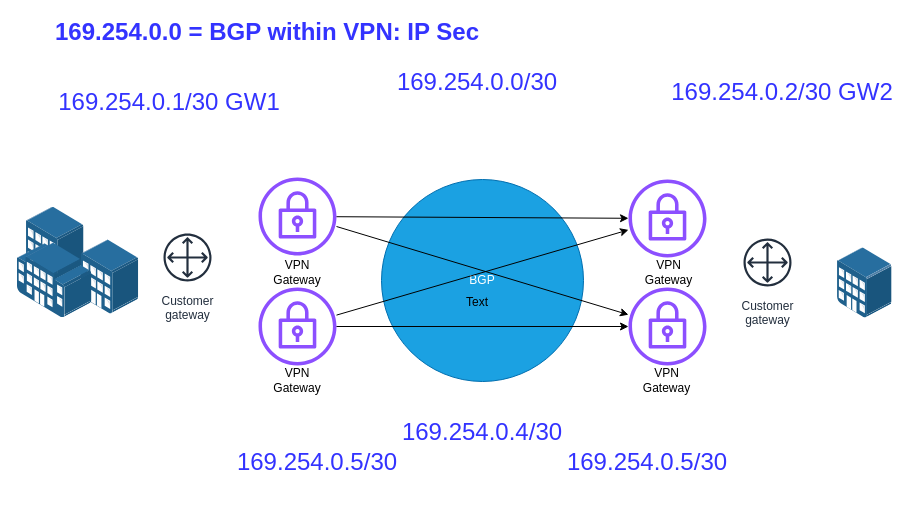
Before: Screenshots/diagramtopography.drawio in Rbilli51614/aws-to-gcp-ha-vpn-gateway, a draw.io diagram. Source tidied: cells renumbered, new cells numbered last; positions are measured from the earlier drawing's top-left corner, leaving out a move shared by most shapes. Both pictures are drawn from the tidied source at 100%, with x=0, y=0 at pixel (17, 17).
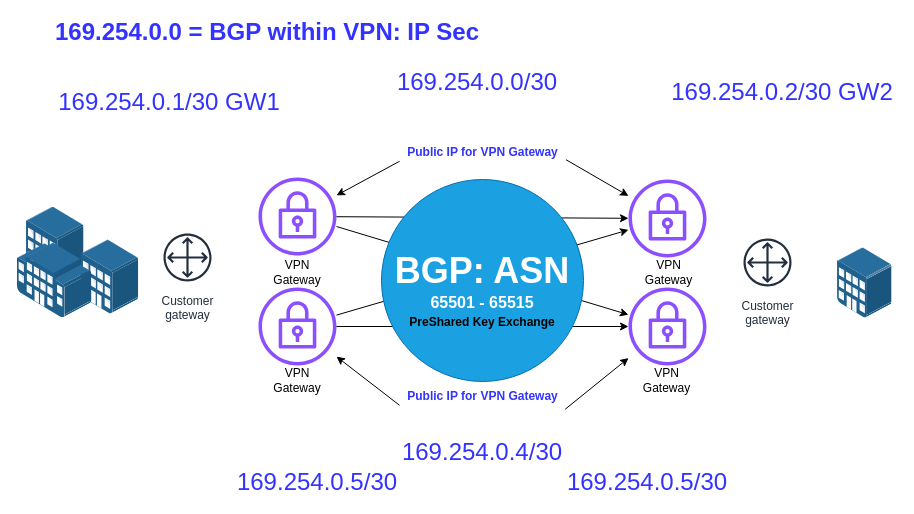
Above is the later version.

Unchanged cells that the change refers to:
```xml
<mxCell id="5" style="sketch=0;outlineConnect=0;fontColor=#232F3E;gradientColor=none;fillColor=#8C4FFF;strokeColor=none;dashed=0;verticalLabelPosition=bottom;verticalAlign=top;align=center;html=1;fontSize=12;fontStyle=0;shape=mxgraph.aws4.vpn_gateway;" parent="1" vertex="1">
  <mxGeometry x="241" y="160" width="78" height="78" as="geometry" />
</mxCell>
<mxCell id="6" style="sketch=0;outlineConnect=0;fontColor=#232F3E;gradientColor=none;fillColor=#8C4FFF;strokeColor=none;dashed=0;verticalLabelPosition=bottom;verticalAlign=top;align=center;html=1;fontSize=12;fontStyle=0;shape=mxgraph.aws4.vpn_gateway;" parent="1" vertex="1">
  <mxGeometry x="241" y="270" width="78" height="78" as="geometry" />
</mxCell>
<mxCell id="7" style="sketch=0;outlineConnect=0;fontColor=#232F3E;gradientColor=none;fillColor=#8C4FFF;strokeColor=none;dashed=0;verticalLabelPosition=bottom;verticalAlign=top;align=center;html=1;fontSize=12;fontStyle=0;shape=mxgraph.aws4.vpn_gateway;" parent="1" vertex="1">
  <mxGeometry x="611" y="162" width="78" height="78" as="geometry" />
</mxCell>
<mxCell id="8" style="sketch=0;outlineConnect=0;fontColor=#232F3E;gradientColor=none;fillColor=#8C4FFF;strokeColor=none;dashed=0;verticalLabelPosition=bottom;verticalAlign=top;align=center;html=1;fontSize=12;fontStyle=0;shape=mxgraph.aws4.vpn_gateway;" parent="1" vertex="1">
  <mxGeometry x="611" y="270" width="78" height="78" as="geometry" />
</mxCell>
```

Diff of the diagram source:
```diff
@@
-    <mxCell id="2" value="BGP" style="ellipse;whiteSpace=wrap;html=1;fillColor=#1ba1e2;strokeColor=#006EAF;fontColor=#ffffff;" parent="1" vertex="1">
-      <mxGeometry x="364" y="162" width="202" height="202" as="geometry" />
-    </mxCell>
@@
     <mxCell id="21" value="169.254.0.4/30" style="text;strokeColor=none;align=center;fillColor=none;html=1;verticalAlign=middle;whiteSpace=wrap;rounded=0;fontSize=24;fontColor=#3333FF;" parent="1" vertex="1">
-      <mxGeometry x="435" y="400" width="60" height="30" as="geometry" />
+      <mxGeometry x="435" y="420" width="60" height="30" as="geometry" />
     </mxCell>
     <mxCell id="22" value="169.254.0.5/30" style="text;strokeColor=none;align=center;fillColor=none;html=1;verticalAlign=middle;whiteSpace=wrap;rounded=0;fontSize=24;fontColor=#3333FF;" parent="1" vertex="1">
-      <mxGeometry x="270" y="430" width="60" height="30" as="geometry" />
+      <mxGeometry x="270" y="450" width="60" height="30" as="geometry" />
     </mxCell>
+    <mxCell id="2" value="&lt;b&gt;&lt;font style=&quot;font-size: 36px;&quot;&gt;BGP: ASN&lt;/font&gt;&lt;/b&gt;&lt;div&gt;&lt;b&gt;&lt;font style=&quot;font-size: 16px;&quot;&gt;65501 - 65515&lt;/font&gt;&lt;/b&gt;&lt;/div&gt;" style="ellipse;whiteSpace=wrap;html=1;fillColor=#1ba1e2;strokeColor=#006EAF;fontColor=#ffffff;verticalAlign=middle;" parent="1" vertex="1">
+      <mxGeometry x="364" y="162" width="202" height="202" as="geometry" />
+    </mxCell>
     <mxCell id="23" value="169.254.0.5/30" style="text;strokeColor=none;align=center;fillColor=none;html=1;verticalAlign=middle;whiteSpace=wrap;rounded=0;fontSize=24;fontColor=#3333FF;" parent="1" vertex="1">
-      <mxGeometry x="600" y="430" width="60" height="30" as="geometry" />
+      <mxGeometry x="600" y="450" width="60" height="30" as="geometry" />
     </mxCell>
@@
-    <mxCell id="26" value="Text" style="text;strokeColor=none;align=center;fillColor=none;html=1;verticalAlign=middle;whiteSpace=wrap;rounded=0;" parent="1" vertex="1">
-      <mxGeometry x="430" y="270" width="60" height="30" as="geometry" />
+    <mxCell id="26" value="PreShared Key Exchange" style="text;strokeColor=none;align=center;fillColor=none;html=1;verticalAlign=middle;whiteSpace=wrap;rounded=0;fontStyle=1;" parent="1" vertex="1">
+      <mxGeometry x="390" y="290" width="150" height="30" as="geometry" />
     </mxCell>
+    <mxCell id="27" value="Public IP for VPN Gateway" style="text;html=1;align=center;verticalAlign=middle;points=[];strokeColor=none;fillColor=none;fontColor=#3333FF;fontStyle=1;" parent="1" vertex="1">
+      <mxGeometry x="380" y="120" width="170" height="30" as="geometry" />
+    </mxCell>
+    <mxCell id="28" style="endArrow=classic;html=1;rounded=0;exitX=0.991;exitY=0.74;exitDx=0;exitDy=0;exitPerimeter=0;" parent="1" edge="1" source="27" target="7">
+      <mxGeometry relative="1" as="geometry" />
+    </mxCell>
+    <mxCell id="29" style="endArrow=classic;html=1;rounded=0;exitX=0.012;exitY=0.793;exitDx=0;exitDy=0;exitPerimeter=0;" parent="1" edge="1" source="27" target="5">
+      <mxGeometry relative="1" as="geometry" />
+    </mxCell>
+    <mxCell id="30" value="Public IP for VPN Gateway" style="text;html=1;align=center;verticalAlign=middle;points=[];strokeColor=none;fillColor=none;fontColor=#3333FF;fontStyle=1;" parent="1" vertex="1">
+      <mxGeometry x="380" y="364" width="170" height="30" as="geometry" />
+    </mxCell>
+    <mxCell id="31" style="endArrow=classic;html=1;rounded=0;exitX=0.986;exitY=0.927;exitDx=0;exitDy=0;exitPerimeter=0;" parent="1" edge="1" source="30" target="8">
+      <mxGeometry relative="1" as="geometry" />
+    </mxCell>
+    <mxCell id="32" style="endArrow=classic;html=1;rounded=0;exitX=0.012;exitY=0.793;exitDx=0;exitDy=0;exitPerimeter=0;" parent="1" edge="1" source="30" target="6">
+      <mxGeometry relative="1" as="geometry" />
+    </mxCell>
```
